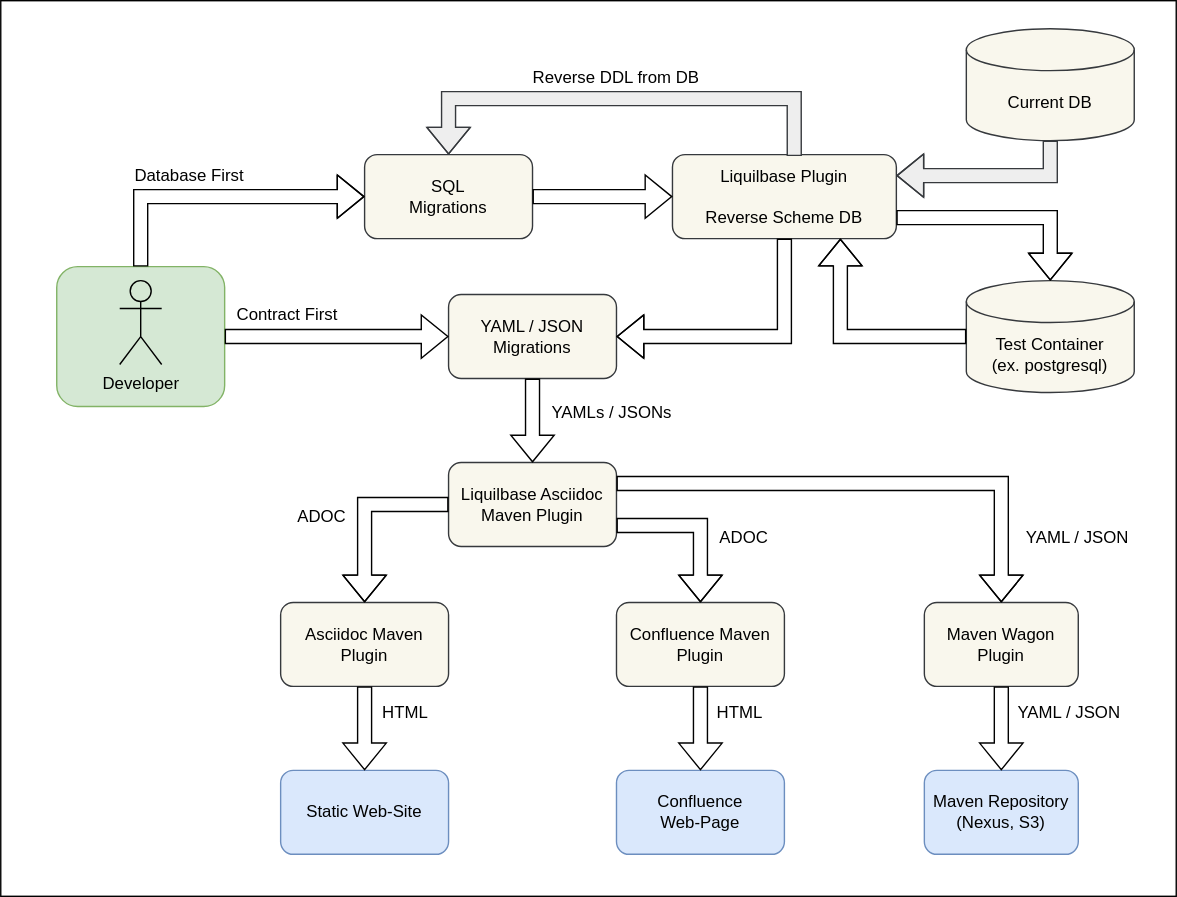
Earlier version of the draw.io export images/context-view.svg (denis-volnenko/liquibase-asciidoc-maven-plugin). Source tidied: cells renumbered, new cells last; positions are measured from the earlier drawing's top-left corner, leaving out a move shared by most shapes.
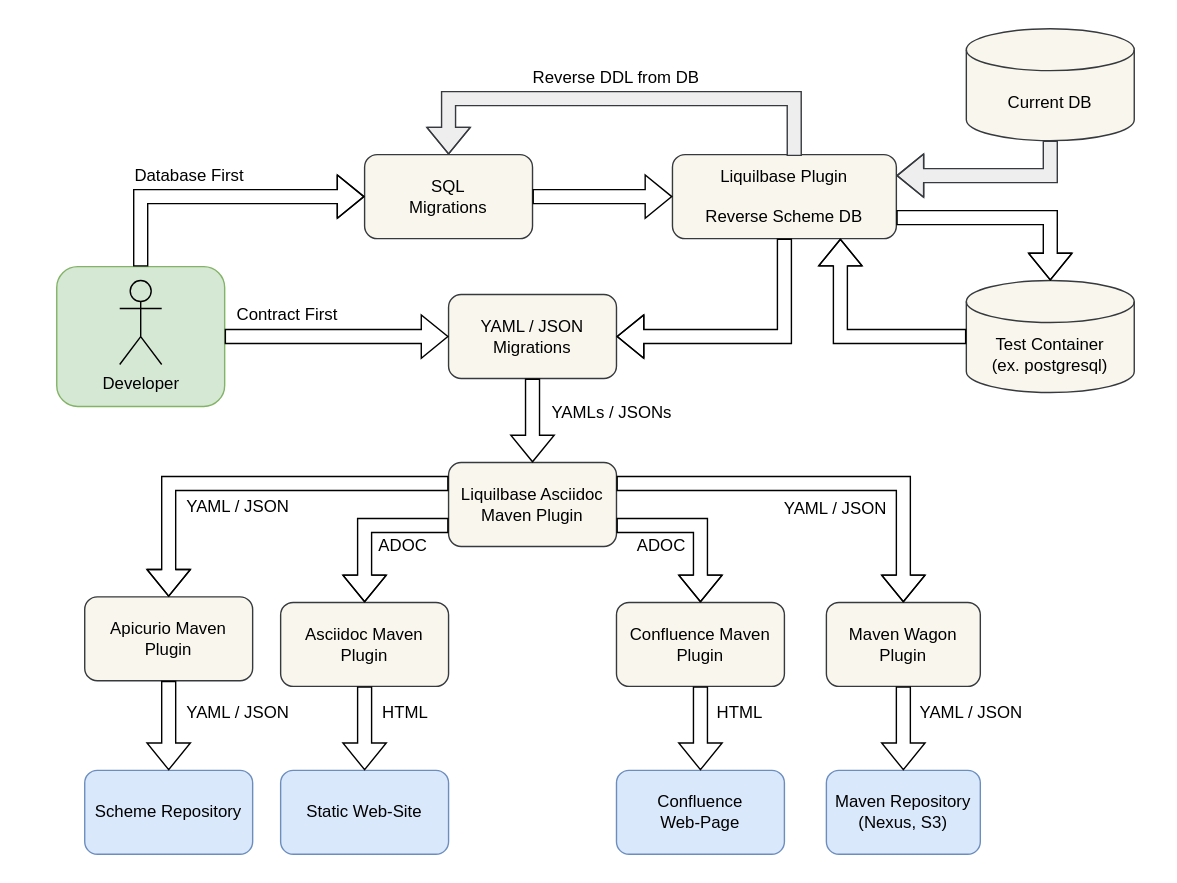
The same file after the commit.

Change to the diagram source:
```diff
@@ -2,8 +2,8 @@
   <root>
     <mxCell id="0" />
     <mxCell id="1" parent="0" />
-    <mxCell id="2" style="rounded=0;whiteSpace=wrap;html=1;" parent="1" vertex="1">
-      <mxGeometry width="840" height="640" as="geometry" />
+    <mxCell id="2" style="rounded=0;whiteSpace=wrap;html=1;strokeColor=none;" parent="1" vertex="1">
+      <mxGeometry width="840" height="630" as="geometry" />
     </mxCell>
     <mxCell id="3" value="SQL&lt;br&gt;Migrations" style="rounded=1;whiteSpace=wrap;html=1;fillColor=#f9f7ed;strokeColor=#36393d;" parent="1" vertex="1">
       <mxGeometry x="260" y="110" width="120" height="60" as="geometry" />
@@ -45,10 +45,10 @@
     <mxCell id="14" style="shape=flexArrow;endArrow=classic;html=1;rounded=0;exitX=0.5;exitY=1;exitDx=0;exitDy=0;" parent="1" edge="1" source="4" target="7">
       <mxGeometry relative="1" as="geometry" />
     </mxCell>
-    <mxCell id="15" style="shape=flexArrow;endArrow=classic;html=1;rounded=0;exitX=0;exitY=0.5;exitDx=0;exitDy=0;entryX=0.5;entryY=0;entryDx=0;entryDy=0;" parent="1" edge="1" source="7" target="13">
+    <mxCell id="15" style="shape=flexArrow;endArrow=classic;html=1;rounded=0;exitX=0;exitY=0.75;exitDx=0;exitDy=0;entryX=0.5;entryY=0;entryDx=0;entryDy=0;" parent="1" edge="1" source="7" target="13">
       <mxGeometry relative="1" as="geometry">
         <Array as="points">
-          <mxPoint x="260" y="360" />
+          <mxPoint x="260" y="375" />
         </Array>
       </mxGeometry>
     </mxCell>
@@ -123,24 +123,24 @@
       </mxGeometry>
     </mxCell>
     <mxCell id="31" value="Maven Wagon Plugin" style="rounded=1;whiteSpace=wrap;html=1;fillColor=#f9f7ed;strokeColor=#36393d;" parent="1" vertex="1">
-      <mxGeometry x="660" y="430" width="110" height="60" as="geometry" />
+      <mxGeometry x="590" y="430" width="110" height="60" as="geometry" />
     </mxCell>
     <mxCell id="32" style="shape=flexArrow;endArrow=classic;html=1;rounded=0;entryX=0.5;entryY=0;entryDx=0;entryDy=0;fillColor=default;exitX=1;exitY=0.25;exitDx=0;exitDy=0;" parent="1" edge="1" source="7" target="31">
       <mxGeometry relative="1" as="geometry">
         <Array as="points">
           <mxPoint x="530" y="345" />
-          <mxPoint x="715" y="345" />
+          <mxPoint x="645" y="345" />
         </Array>
       </mxGeometry>
     </mxCell>
     <mxCell id="33" value="Maven Repository (Nexus, S3)" style="rounded=1;whiteSpace=wrap;html=1;fillColor=#dae8fc;strokeColor=#6c8ebf;" parent="1" vertex="1">
-      <mxGeometry x="660" y="550" width="110" height="60" as="geometry" />
+      <mxGeometry x="590" y="550" width="110" height="60" as="geometry" />
     </mxCell>
     <mxCell id="34" style="shape=flexArrow;endArrow=classic;html=1;rounded=0;fillColor=default;exitX=0.5;exitY=1;exitDx=0;exitDy=0;entryX=0.5;entryY=0;entryDx=0;entryDy=0;" parent="1" edge="1" source="31" target="33">
       <mxGeometry relative="1" as="geometry" />
     </mxCell>
     <mxCell id="35" value="ADOC" style="text;html=1;strokeColor=none;fillColor=none;align=left;verticalAlign=middle;whiteSpace=wrap;rounded=0;" parent="1" vertex="1">
-      <mxGeometry x="512" y="369" width="60" height="30" as="geometry" />
+      <mxGeometry x="453" y="375" width="60" height="30" as="geometry" />
     </mxCell>
     <mxCell id="36" value="HTML" style="text;html=1;strokeColor=none;fillColor=none;align=left;verticalAlign=middle;whiteSpace=wrap;rounded=0;" parent="1" vertex="1">
       <mxGeometry x="510" y="494" width="60" height="30" as="geometry" />
@@ -149,16 +149,38 @@
       <mxGeometry x="271" y="494" width="60" height="30" as="geometry" />
     </mxCell>
     <mxCell id="38" value="ADOC" style="text;html=1;strokeColor=none;fillColor=none;align=right;verticalAlign=middle;whiteSpace=wrap;rounded=0;" parent="1" vertex="1">
-      <mxGeometry x="189" y="354" width="60" height="30" as="geometry" />
+      <mxGeometry x="247" y="375" width="60" height="30" as="geometry" />
     </mxCell>
     <mxCell id="39" value="YAML / JSON" style="text;html=1;strokeColor=none;fillColor=none;align=left;verticalAlign=middle;whiteSpace=wrap;rounded=0;" parent="1" vertex="1">
-      <mxGeometry x="725" y="494" width="97" height="30" as="geometry" />
+      <mxGeometry x="655" y="494" width="97" height="30" as="geometry" />
     </mxCell>
     <mxCell id="40" value="YAML / JSON" style="text;html=1;strokeColor=none;fillColor=none;align=left;verticalAlign=middle;whiteSpace=wrap;rounded=0;" parent="1" vertex="1">
-      <mxGeometry x="731" y="369" width="97" height="30" as="geometry" />
+      <mxGeometry x="558" y="348" width="97" height="30" as="geometry" />
     </mxCell>
     <mxCell id="41" value="YAMLs / JSONs" style="text;html=1;strokeColor=none;fillColor=none;align=left;verticalAlign=middle;whiteSpace=wrap;rounded=0;" parent="1" vertex="1">
       <mxGeometry x="391.5" y="280" width="97" height="30" as="geometry" />
     </mxCell>
+    <mxCell id="42" value="Apicurio Maven Plugin" style="rounded=1;whiteSpace=wrap;html=1;fillColor=#f9f7ed;strokeColor=#36393d;" parent="1" vertex="1">
+      <mxGeometry x="60" y="426" width="120" height="60" as="geometry" />
+    </mxCell>
+    <mxCell id="43" value="Scheme Repository" style="rounded=1;whiteSpace=wrap;html=1;fillColor=#dae8fc;strokeColor=#6c8ebf;" parent="1" vertex="1">
+      <mxGeometry x="60" y="550" width="120" height="60" as="geometry" />
+    </mxCell>
+    <mxCell id="44" style="shape=flexArrow;endArrow=classic;html=1;rounded=0;exitX=0;exitY=0.25;exitDx=0;exitDy=0;entryX=0.5;entryY=0;entryDx=0;entryDy=0;" parent="1" edge="1" source="7" target="42">
+      <mxGeometry relative="1" as="geometry">
+        <Array as="points">
+          <mxPoint x="120" y="345" />
+        </Array>
+      </mxGeometry>
+    </mxCell>
+    <mxCell id="45" value="YAML / JSON" style="text;html=1;strokeColor=none;fillColor=none;align=left;verticalAlign=middle;whiteSpace=wrap;rounded=0;" parent="1" vertex="1">
+      <mxGeometry x="130.5" y="494" width="97" height="30" as="geometry" />
+    </mxCell>
+    <mxCell id="46" value="YAML / JSON" style="text;html=1;strokeColor=none;fillColor=none;align=left;verticalAlign=middle;whiteSpace=wrap;rounded=0;" parent="1" vertex="1">
+      <mxGeometry x="130.5" y="347" width="97" height="30" as="geometry" />
+    </mxCell>
+    <mxCell id="47" style="shape=flexArrow;endArrow=classic;html=1;rounded=0;exitX=0.5;exitY=1;exitDx=0;exitDy=0;entryX=0.5;entryY=0;entryDx=0;entryDy=0;" parent="1" edge="1" source="42" target="43">
+      <mxGeometry relative="1" as="geometry" />
+    </mxCell>
   </root>
 </mxGraphModel>
```
